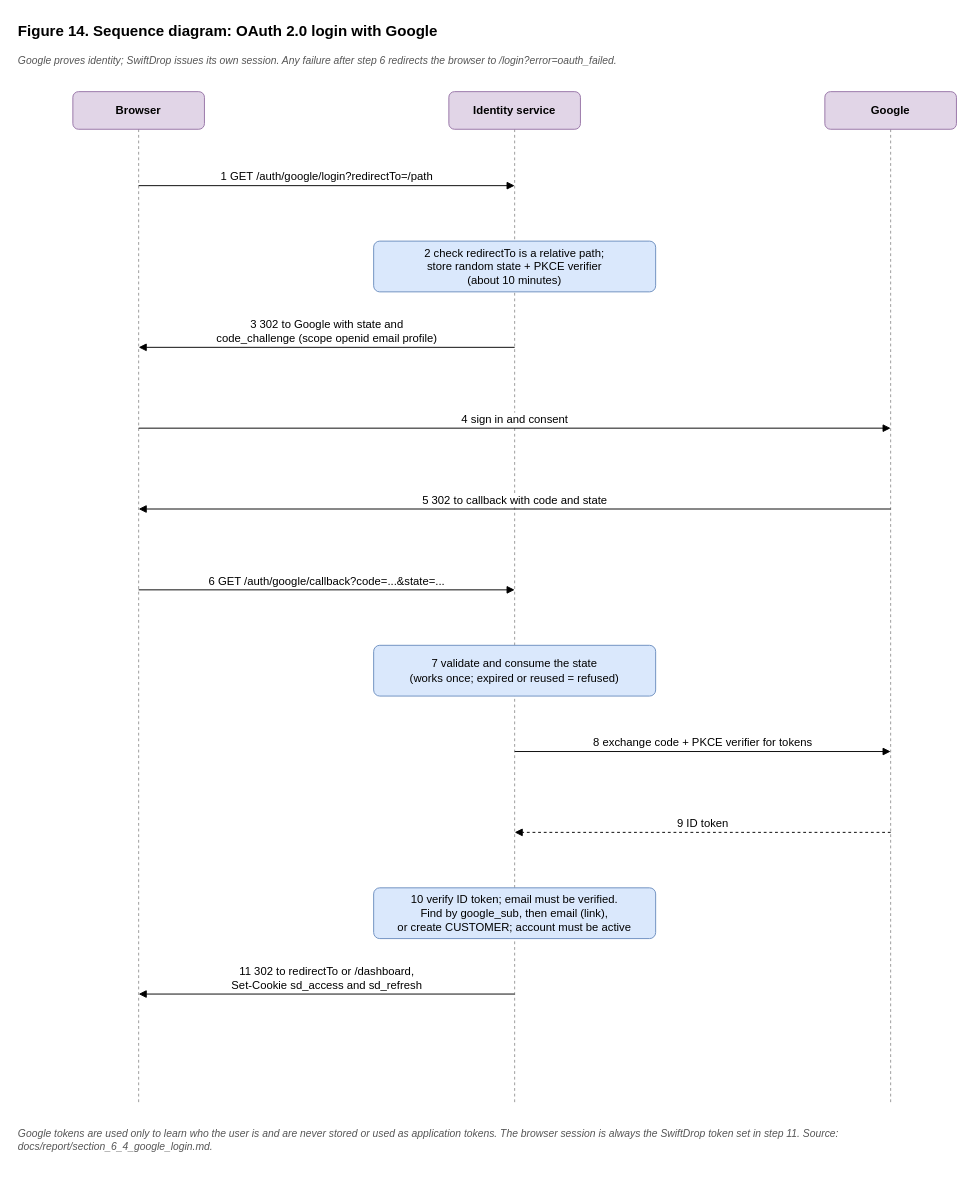
Above: docs/diagrams/figure-14-google-login-sequence.drawio in Vineth-R/swiftdrop (draw.io), before the change. Source tidied: cells renumbered, new cells numbered last; positions are measured from the earlier drawing's top-left corner, leaving out a move shared by most shapes. Both pictures are drawn from the tidied source at 94%, with x=0, y=0 at pixel (16, 16).
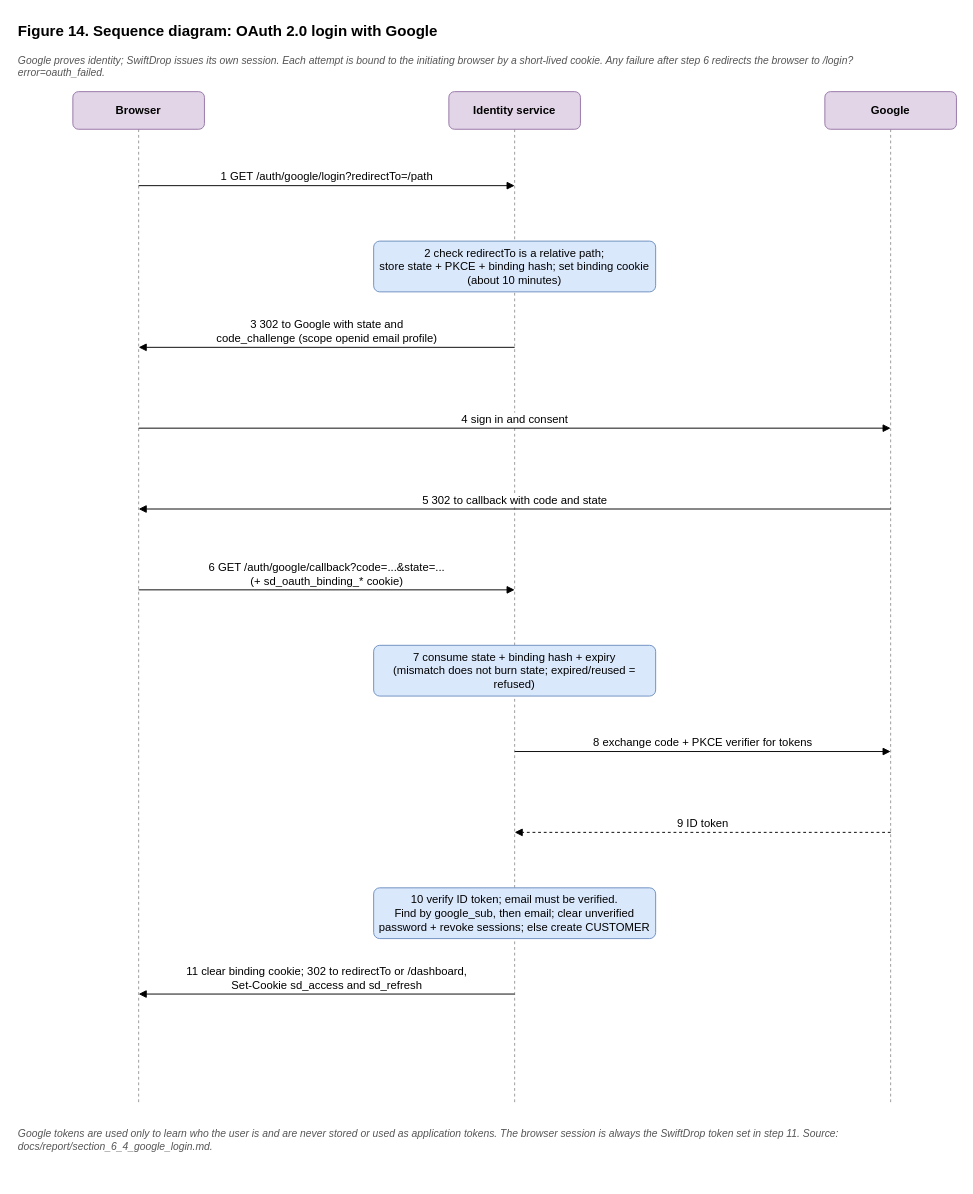
Above is the later version.

Commit message (it also covers changes not shown here):
docs(m3): reconcile Google login report with browser binding and secure linking

Diff of the diagram source:
```diff
@@
-    <mxCell id="3" value="Google proves identity; SwiftDrop issues its own session. Any failure after step 6 redirects the browser to /login?error=oauth_failed." style="text;html=1;align=left;verticalAlign=top;whiteSpace=wrap;fontSize=11;fontStyle=2;fontColor=#555555;fontFamily=Helvetica;" parent="1" vertex="1">
+    <mxCell id="3" value="Google proves identity; SwiftDrop issues its own session. Each attempt is bound to the initiating browser by a short-lived cookie. Any failure after step 6 redirects the browser to /login?error=oauth_failed." style="text;html=1;align=left;verticalAlign=top;whiteSpace=wrap;fontSize=11;fontStyle=2;fontColor=#555555;fontFamily=Helvetica;" parent="1" vertex="1">
       <mxGeometry y="34" width="900" height="20" as="geometry" />
     </mxCell>
@@
-    <mxCell id="11" value="2 check redirectTo is a relative path;&lt;br&gt;store random state + PKCE verifier&lt;br&gt;(about 10 minutes)" style="rounded=1;arcSize=12;fillColor=#dae8fc;strokeColor=#6c8ebf;fontFamily=Helvetica;fontSize=12;html=1;whiteSpace=wrap;" parent="1" vertex="1">
+    <mxCell id="11" value="2 check redirectTo is a relative path;&lt;br&gt;store state + PKCE + binding hash; set binding cookie&lt;br&gt;(about 10 minutes)" style="rounded=1;arcSize=12;fillColor=#dae8fc;strokeColor=#6c8ebf;fontFamily=Helvetica;fontSize=12;html=1;whiteSpace=wrap;" parent="1" vertex="1">
       <mxGeometry x="380" y="239" width="300" height="54" as="geometry" />
     </mxCell>
@@
-    <mxCell id="15" value="6 GET /auth/google/callback?code=...&amp;state=..." style="html=1;rounded=0;curved=0;endArrow=block;endFill=1;verticalAlign=bottom;fontFamily=Helvetica;fontSize=12;" parent="1" edge="1">
+    <mxCell id="15" value="6 GET /auth/google/callback?code=...&amp;state=...&lt;br&gt;(+ sd_oauth_binding_* cookie)" style="html=1;rounded=0;curved=0;endArrow=block;endFill=1;verticalAlign=bottom;fontFamily=Helvetica;fontSize=12;" parent="1" edge="1">
       <mxGeometry relative="1" as="geometry">
         <mxPoint x="130" y="610" as="sourcePoint" />
         <mxPoint x="530" y="610" as="targetPoint" />
       </mxGeometry>
     </mxCell>
-    <mxCell id="16" value="7 validate and consume the state&lt;br&gt;(works once; expired or reused = refused)" style="rounded=1;arcSize=12;fillColor=#dae8fc;strokeColor=#6c8ebf;fontFamily=Helvetica;fontSize=12;html=1;whiteSpace=wrap;" parent="1" vertex="1">
+    <mxCell id="16" value="7 consume state + binding hash + expiry&lt;br&gt;(mismatch does not burn state; expired/reused = refused)" style="rounded=1;arcSize=12;fillColor=#dae8fc;strokeColor=#6c8ebf;fontFamily=Helvetica;fontSize=12;html=1;whiteSpace=wrap;" parent="1" vertex="1">
       <mxGeometry x="380" y="669" width="300" height="54" as="geometry" />
     </mxCell>
@@
-    <mxCell id="19" value="10 verify ID token; email must be verified.&lt;br&gt;Find by google_sub, then email (link),&lt;br&gt;or create CUSTOMER; account must be active" style="rounded=1;arcSize=12;fillColor=#dae8fc;strokeColor=#6c8ebf;fontFamily=Helvetica;fontSize=12;html=1;whiteSpace=wrap;" parent="1" vertex="1">
+    <mxCell id="19" value="10 verify ID token; email must be verified.&lt;br&gt;Find by google_sub, then email; clear unverified&lt;br&gt;password + revoke sessions; else create CUSTOMER" style="rounded=1;arcSize=12;fillColor=#dae8fc;strokeColor=#6c8ebf;fontFamily=Helvetica;fontSize=12;html=1;whiteSpace=wrap;" parent="1" vertex="1">
       <mxGeometry x="380" y="927" width="300" height="54" as="geometry" />
     </mxCell>
-    <mxCell id="20" value="11 302 to redirectTo or /dashboard,&lt;br&gt;Set-Cookie sd_access and sd_refresh" style="html=1;rounded=0;curved=0;endArrow=block;endFill=1;verticalAlign=bottom;fontFamily=Helvetica;fontSize=12;" parent="1" edge="1">
+    <mxCell id="20" value="11 clear binding cookie; 302 to redirectTo or /dashboard,&lt;br&gt;Set-Cookie sd_access and sd_refresh" style="html=1;rounded=0;curved=0;endArrow=block;endFill=1;verticalAlign=bottom;fontFamily=Helvetica;fontSize=12;" parent="1" edge="1">
       <mxGeometry relative="1" as="geometry">
         <mxPoint x="530" y="1040" as="sourcePoint" />
         <mxPoint x="130" y="1040" as="targetPoint" />
       </mxGeometry>
     </mxCell>
```
